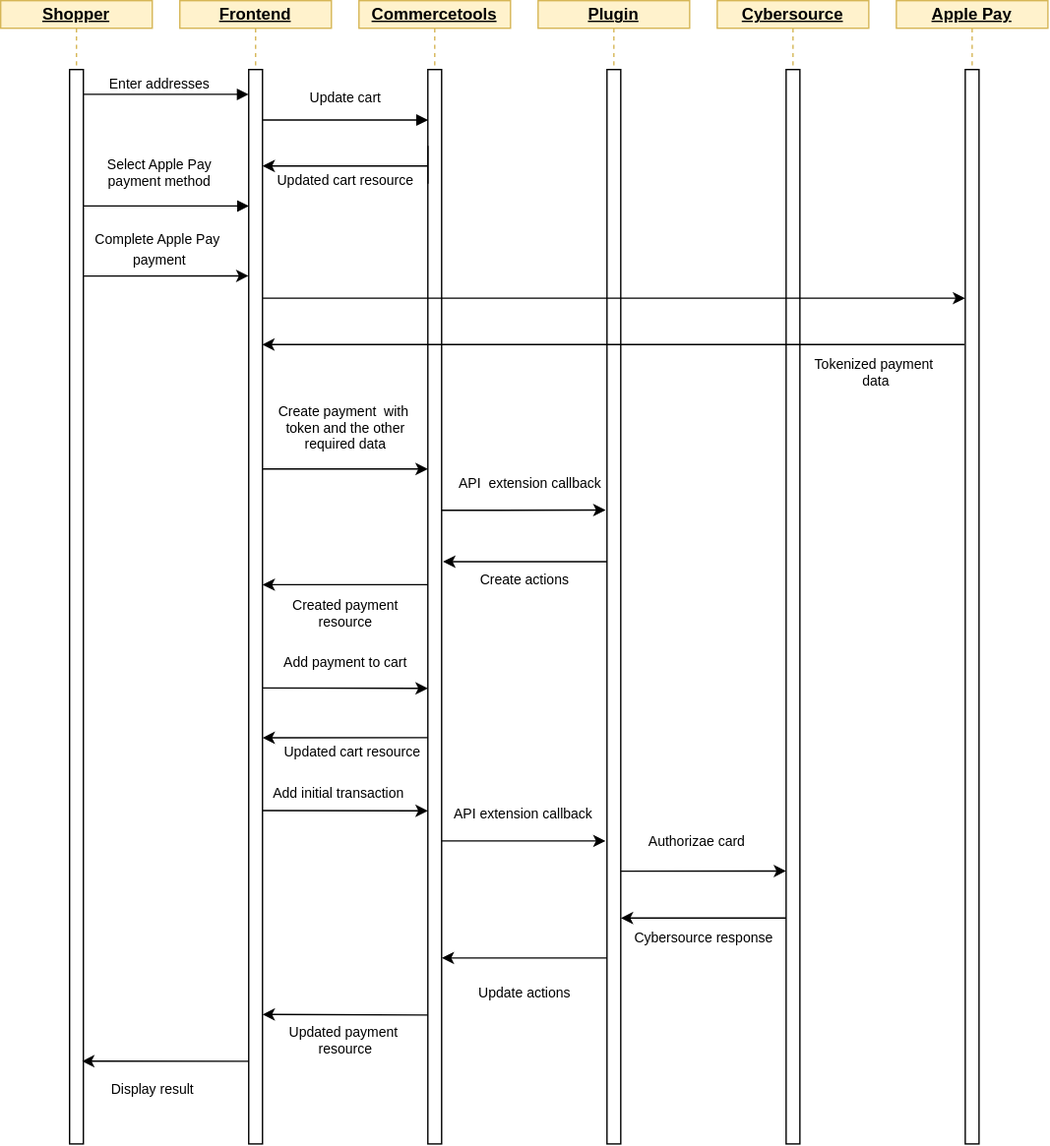
Before: docs/images/Authorization-Flow-ApplePay.svg, a diagram exported from draw.io (cybersource-tpi/cybersource-plugins-commercetools-fork). Source tidied: cells renumbered, new cells last; positions are measured from the earlier drawing's top-left corner, leaving out a move shared by most shapes.
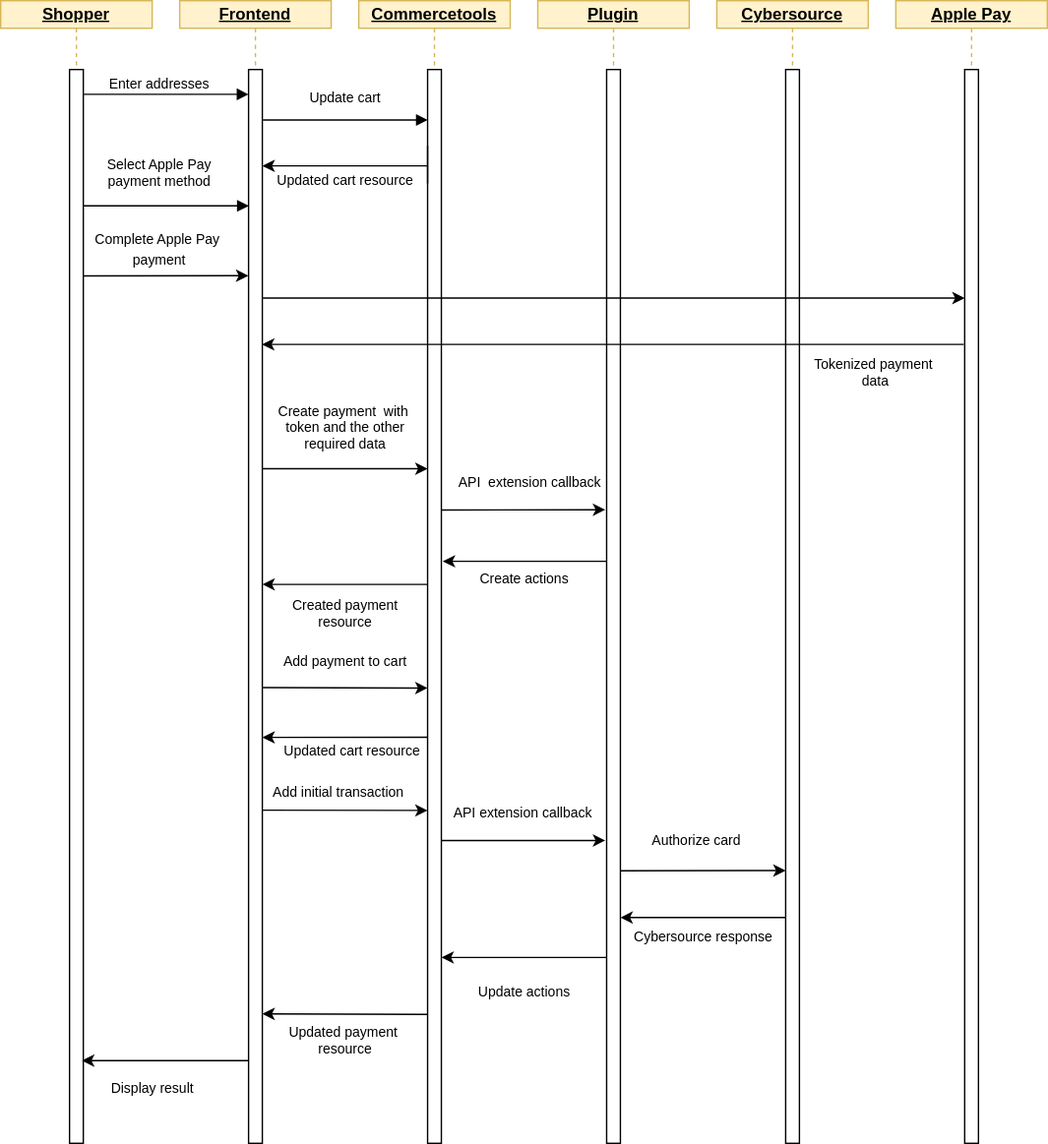
The same file after the commit.

What changed in the source:
```diff
@@ -135,8 +135,8 @@
         <mxPoint x="450" y="632" as="sourcePoint" />
       </mxGeometry>
     </mxCell>
-    <mxCell id="38" value="Authorizae card" style="text;html=1;align=center;verticalAlign=middle;strokeColor=none;fillColor=none;fontSize=10;" parent="1" vertex="1">
-      <mxGeometry x="460" y="600" width="90" height="20" as="geometry" />
+    <mxCell id="38" value="Authorize card" style="text;html=1;align=center;verticalAlign=middle;strokeColor=none;fillColor=none;fontSize=10;" parent="1" vertex="1">
+      <mxGeometry x="465" y="600" width="80" height="20" as="geometry" />
     </mxCell>
     <mxCell id="39" style="endArrow=classic;html=1;fontSize=10;curved=1;" parent="1" edge="1">
       <mxGeometry relative="1" as="geometry">
```
